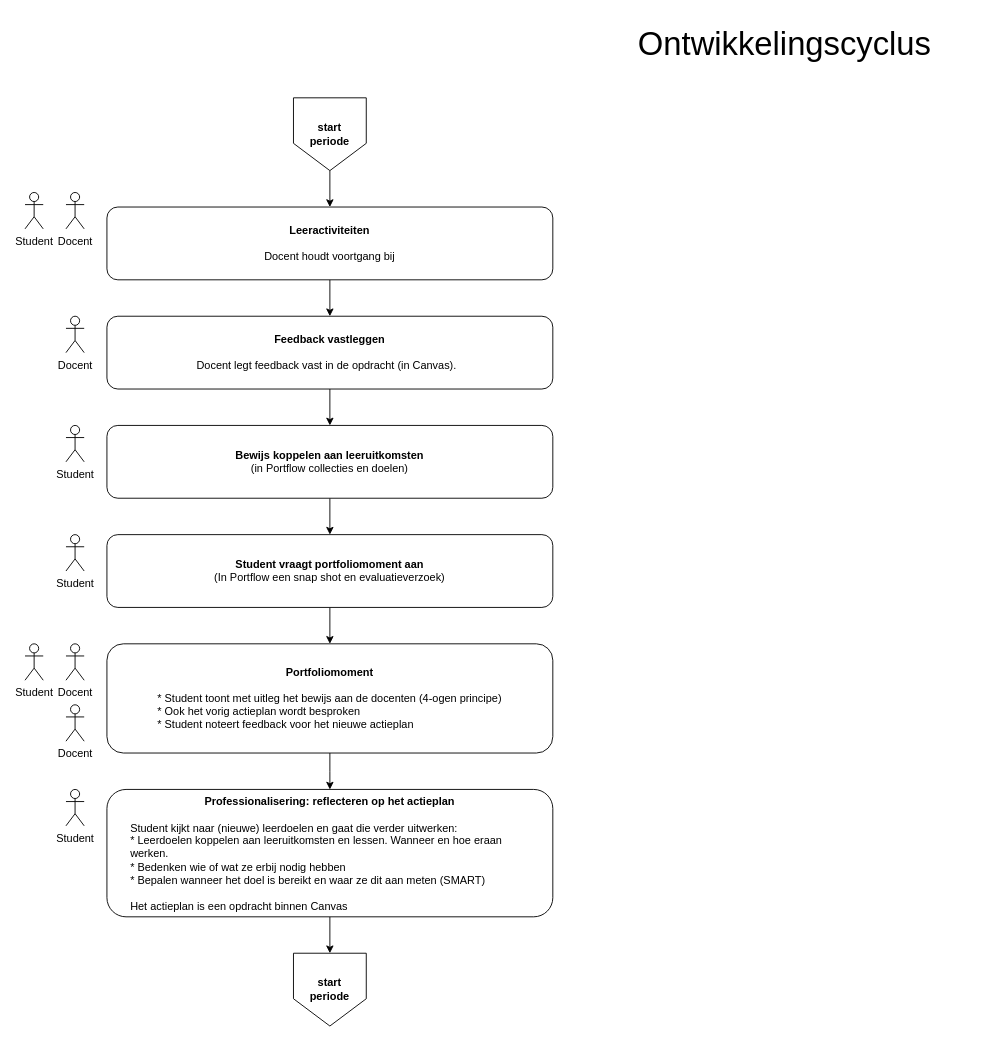
This is beoordeling_examinering_3.drawio from dvriet/diagrams, a draw.io file, before an edit. Source tidied: cells renumbered, new cells numbered last; positions are measured from the earlier drawing's top-left corner, leaving out a move shared by most shapes. Both pictures are drawn from the tidied source at 91%, with x=0, y=0 at pixel (25, 15).
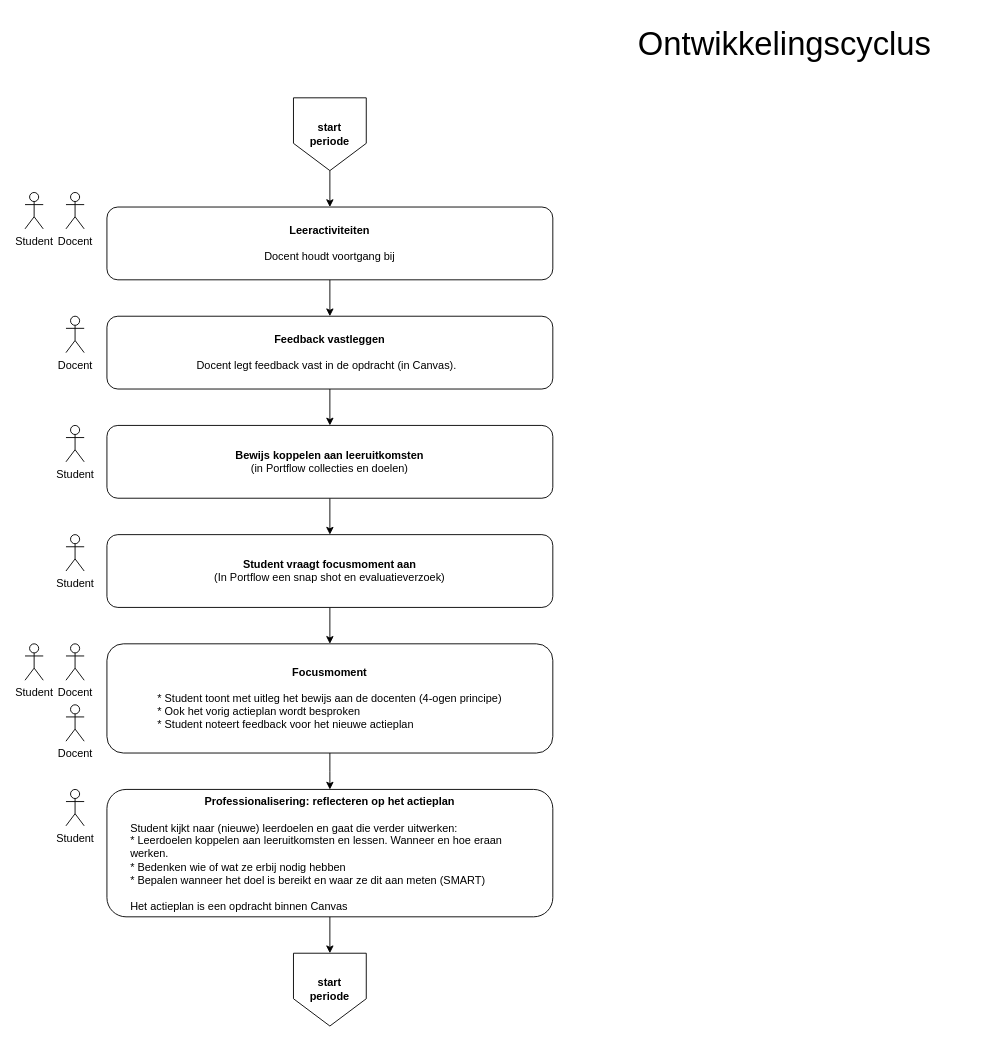
The same diagram, later.

What changed in the source:
```diff
@@
-    <mxCell id="13" value="&lt;b&gt;Portfoliomoment&lt;/b&gt;&lt;div&gt;&lt;br&gt;&lt;/div&gt;&lt;div style=&quot;text-align: left;&quot;&gt;&lt;span style=&quot;background-color: transparent; color: light-dark(rgb(0, 0, 0), rgb(255, 255, 255));&quot;&gt;* Student toont met uitleg het bewijs&amp;nbsp;&lt;/span&gt;&lt;span style=&quot;background-color: transparent; color: light-dark(rgb(0, 0, 0), rgb(255, 255, 255));&quot;&gt;aan de docenten (4-ogen principe)&lt;/span&gt;&lt;/div&gt;&lt;div style=&quot;text-align: left;&quot;&gt;&lt;span style=&quot;background-color: initial; color: light-dark(rgb(0, 0, 0), rgb(255, 255, 255));&quot;&gt;* Ook het vorig actieplan wordt besproken&lt;/span&gt;&lt;/div&gt;&lt;div style=&quot;text-align: left;&quot;&gt;* Student noteert feedback voor het nieuwe actieplan&lt;/div&gt;" style="rounded=1;whiteSpace=wrap;html=1;" parent="1" vertex="1">
+    <mxCell id="13" value="&lt;b&gt;Focusmoment&lt;/b&gt;&lt;div&gt;&lt;br&gt;&lt;/div&gt;&lt;div style=&quot;text-align: left;&quot;&gt;&lt;span style=&quot;background-color: transparent; color: light-dark(rgb(0, 0, 0), rgb(255, 255, 255));&quot;&gt;* Student toont met uitleg het bewijs&amp;nbsp;&lt;/span&gt;&lt;span style=&quot;background-color: transparent; color: light-dark(rgb(0, 0, 0), rgb(255, 255, 255));&quot;&gt;aan de docenten (4-ogen principe)&lt;/span&gt;&lt;/div&gt;&lt;div style=&quot;text-align: left;&quot;&gt;&lt;span style=&quot;background-color: initial; color: light-dark(rgb(0, 0, 0), rgb(255, 255, 255));&quot;&gt;* Ook het vorig actieplan wordt besproken&lt;/span&gt;&lt;/div&gt;&lt;div style=&quot;text-align: left;&quot;&gt;* Student noteert feedback voor het nieuwe actieplan&lt;/div&gt;" style="rounded=1;whiteSpace=wrap;html=1;" parent="1" vertex="1">
       <mxGeometry x="90" y="690" width="490" height="120" as="geometry" />
     </mxCell>
@@
-    <mxCell id="23" value="&lt;b&gt;Student vraagt portfoliomoment aan&lt;/b&gt;&lt;br&gt;(In Portflow een snap shot en evaluatieverzoek)" style="rounded=1;whiteSpace=wrap;html=1;" parent="1" vertex="1">
+    <mxCell id="23" value="&lt;b&gt;Student vraagt focusmoment aan&lt;/b&gt;&lt;br&gt;(In Portflow een snap shot en evaluatieverzoek)" style="rounded=1;whiteSpace=wrap;html=1;" parent="1" vertex="1">
       <mxGeometry x="90" y="570" width="490" height="80" as="geometry" />
     </mxCell>
```
